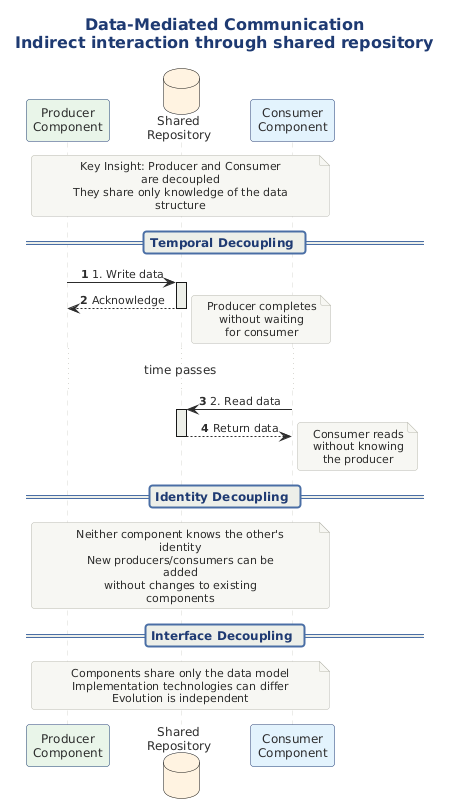
Before: src/architecture/views-and-beyond/style-catalogs/component-and-connector/shared-data-style/png/mediated-communication-indirect-interaction.png, a diagram exported from PlantUML (Notoriousjayy/latex-docs).
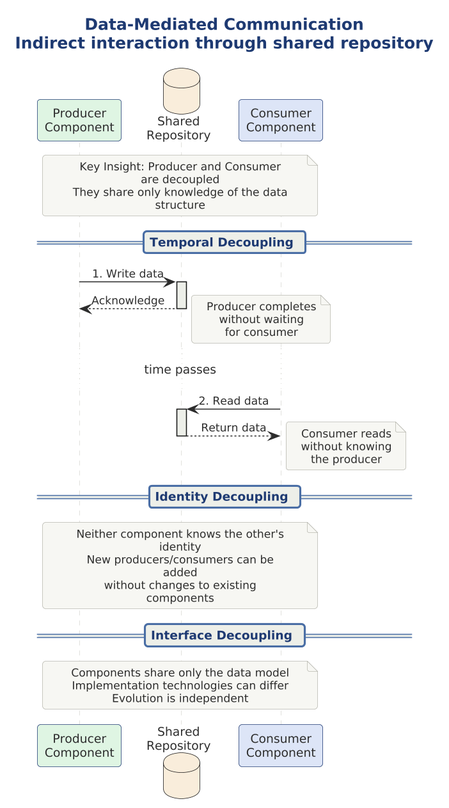
After the commit.

The edit, as a diff of the source:
```diff
@@ -1,12 +1,17 @@
 @startuml
+
+skinparam dpi 150
+
+
+
 
 title Data-Mediated Communication\nIndirect interaction through shared repository
 
 !include ../../../../../../tooling/styles/plantuml/interaction/sequence-diagram-style.iuml
 
-participant "Producer\nComponent" as producer #E8F5E9
-database "Shared\nRepository" as repo #FFF3E0
-participant "Consumer\nComponent" as consumer #E3F2FD
+participant "Producer\nComponent" as producer $fill_ok
+database "Shared\nRepository" as repo $fill_caution
+participant "Consumer\nComponent" as consumer $fill_primary
 
 note over producer, consumer
   Key Insight: Producer and Consumer are decoupled
```
